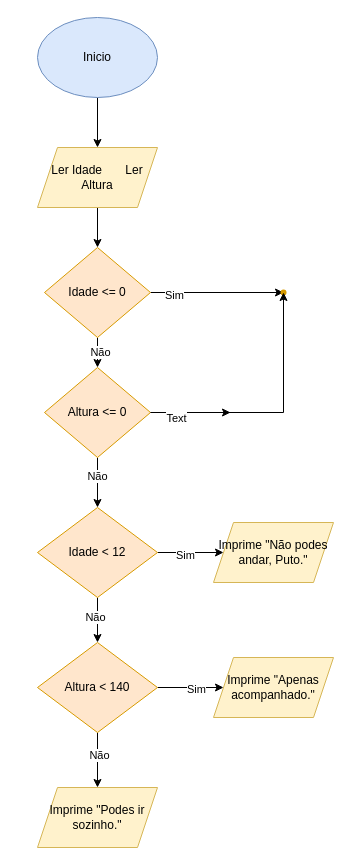
This is Fluxograma 11.drawio from Kinner25/Fluxogramas, a draw.io file, before an edit. Source tidied: cells renumbered, new cells numbered last; positions are measured from the earlier drawing's top-left corner, leaving out a move shared by most shapes. Both pictures are drawn from the tidied source at 100%, with x=0, y=0 at pixel (37, 17).
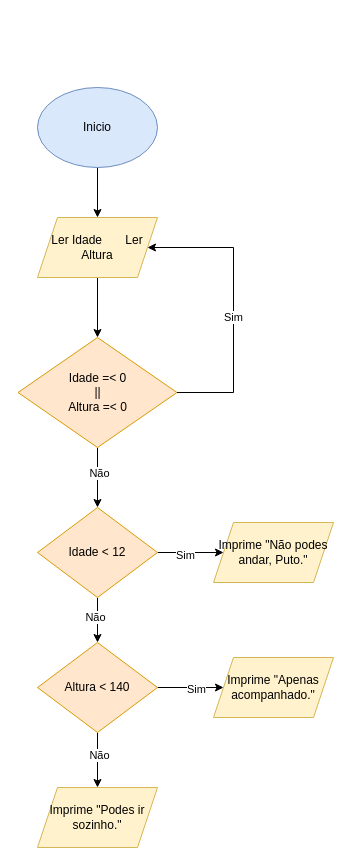
Above is the later version.

Unchanged cells that the change refers to:
```xml
<mxCell id="10" value="Idade &amp;lt; 12" style="rhombus;whiteSpace=wrap;html=1;shapeInside=1;fillColor=#ffe6cc;strokeColor=#d79b00;" parent="1" vertex="1">
  <mxGeometry y="490" width="120" height="90" as="geometry" />
</mxCell>
```

The edit, as a diff of the source:
```diff
@@
     <mxCell id="3" value="Inicio" style="ellipse;whiteSpace=wrap;html=1;shapeInside=1;fillColor=#dae8fc;strokeColor=#6c8ebf;" parent="1" vertex="1">
-      <mxGeometry width="120" height="80" as="geometry" />
+      <mxGeometry y="70" width="120" height="80" as="geometry" />
     </mxCell>
@@
     <mxCell id="5" value="Ler Idade&amp;nbsp; &amp;nbsp; &amp;nbsp; &amp;nbsp;Ler Altura" style="shape=parallelogram;perimeter=parallelogramPerimeter;whiteSpace=wrap;html=1;shapeInside=1;fixedSize=1;fillColor=#fff2cc;strokeColor=#d6b656;" parent="1" vertex="1">
-      <mxGeometry y="130" width="120" height="60" as="geometry" />
+      <mxGeometry y="200" width="120" height="60" as="geometry" />
     </mxCell>
@@
-    <mxCell id="12" style="edgeStyle=orthogonalEdgeStyle;rounded=0;jettySize=auto;html=1;" parent="1" edge="1" source="16" target="21">
-      <mxGeometry relative="1" as="geometry" />
-    </mxCell>
+    <mxCell id="31" style="edgeStyle=orthogonalEdgeStyle;rounded=0;jettySize=auto;html=1;" parent="1" edge="1" source="16" target="10">
+      <mxGeometry relative="1" as="geometry" />
+    </mxCell>
+    <mxCell id="32" value="Não" style="edgeLabel;html=1;align=center;verticalAlign=middle;" parent="31" vertex="1">
+      <mxGeometry x="-0.17" y="1" relative="1" as="geometry" />
+    </mxCell>
+    <mxCell id="33" style="edgeStyle=orthogonalEdgeStyle;rounded=0;jettySize=auto;html=1;entryX=1;entryY=0.5;entryDx=0;entryDy=0;" parent="1" edge="1" source="16" target="5">
+      <mxGeometry relative="1" as="geometry">
+        <Array as="points">
+          <mxPoint x="196" y="375" />
+          <mxPoint x="196" y="230" />
+        </Array>
+      </mxGeometry>
+    </mxCell>
-    <mxCell id="13" value="Sim" style="edgeLabel;html=1;align=center;verticalAlign=middle;" parent="12" vertex="1">
-      <mxGeometry x="-0.65" y="-2" relative="1" as="geometry" />
+    <mxCell id="13" value="Sim" style="edgeLabel;html=1;align=center;verticalAlign=middle;" parent="33" vertex="1">
+      <mxGeometry x="-0.08" y="1" relative="1" as="geometry" />
     </mxCell>
-    <mxCell id="14" style="edgeStyle=orthogonalEdgeStyle;rounded=0;jettySize=auto;html=1;" parent="1" edge="1" source="16" target="20">
-      <mxGeometry relative="1" as="geometry" />
-    </mxCell>
-    <mxCell id="15" value="Não" style="edgeLabel;html=1;align=center;verticalAlign=middle;" parent="14" vertex="1">
-      <mxGeometry x="0.36" y="2" relative="1" as="geometry" />
-    </mxCell>
-    <mxCell id="16" value="Idade &amp;lt;= 0" style="rhombus;whiteSpace=wrap;html=1;shapeInside=1;fillColor=#ffe6cc;strokeColor=#d79b00;" parent="1" vertex="1">
-      <mxGeometry x="7" y="230" width="106" height="90" as="geometry" />
+    <mxCell id="16" value="Idade =&amp;lt; 0&lt;br&gt;||&lt;br&gt;Altura =&lt;span style=&quot;text-decoration-line: inherit; background-color: transparent; color: light-dark(rgb(0, 0, 0), rgb(255, 255, 255));&quot;&gt;&amp;lt; 0&lt;/span&gt;" style="rhombus;whiteSpace=wrap;html=1;shapeInside=1;fillColor=#ffe6cc;strokeColor=#d79b00;" parent="1" vertex="1">
+      <mxGeometry x="-19.5" y="320" width="159" height="110" as="geometry" />
     </mxCell>
-    <mxCell id="17" style="edgeStyle=orthogonalEdgeStyle;rounded=0;jettySize=auto;html=1;" parent="1" edge="1" source="20" target="10">
-      <mxGeometry relative="1" as="geometry" />
-    </mxCell>
-    <mxCell id="18" value="Não" style="edgeLabel;html=1;align=center;verticalAlign=middle;" parent="17" vertex="1">
-      <mxGeometry x="-0.28" y="-1" relative="1" as="geometry" />
-    </mxCell>
-    <mxCell id="19" style="edgeStyle=orthogonalEdgeStyle;rounded=0;jettySize=auto;html=1;" parent="1" edge="1" source="20">
-      <mxGeometry relative="1" as="geometry">
-        <mxPoint x="193" y="395" as="targetPoint" />
-      </mxGeometry>
-    </mxCell>
-    <mxCell id="20" value="Altura &amp;lt;= 0" style="rhombus;whiteSpace=wrap;html=1;shapeInside=1;fillColor=#ffe6cc;strokeColor=#d79b00;" parent="1" vertex="1">
-      <mxGeometry x="7" y="350" width="106" height="90" as="geometry" />
-    </mxCell>
-    <mxCell id="21" style="shape=waypoint;sketch=0;size=6;points=[];fillColor=#ffe6cc;perimeter=centerPerimeter;snapToPoint=1;strokeColor=#d79b00;" parent="1" vertex="1">
-      <mxGeometry x="236" y="265" width="20" height="20" as="geometry" />
-    </mxCell>
-    <mxCell id="22" style="edgeStyle=orthogonalEdgeStyle;rounded=0;jettySize=auto;html=1;entryX=0.4;entryY=1.25;entryDx=0;entryDy=0;entryPerimeter=0;" parent="1" edge="1" source="20" target="21">
-      <mxGeometry relative="1" as="geometry" />
-    </mxCell>
-    <mxCell id="23" value="Text" style="edgeLabel;html=1;align=center;verticalAlign=middle;" parent="22" vertex="1">
-      <mxGeometry x="-0.8" y="-5" relative="1" as="geometry" />
-    </mxCell>
```
